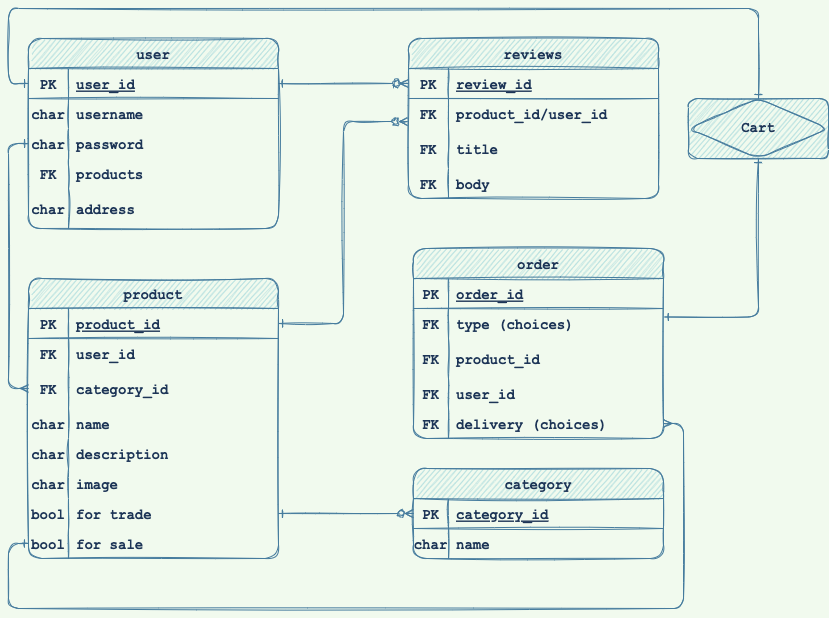
Earlier version of the draw.io export images/brtr-ERD.png (austin-rt/brtr). Source tidied: cells renumbered, new cells last; positions are measured from the earlier drawing's top-left corner, leaving out a move shared by most shapes.
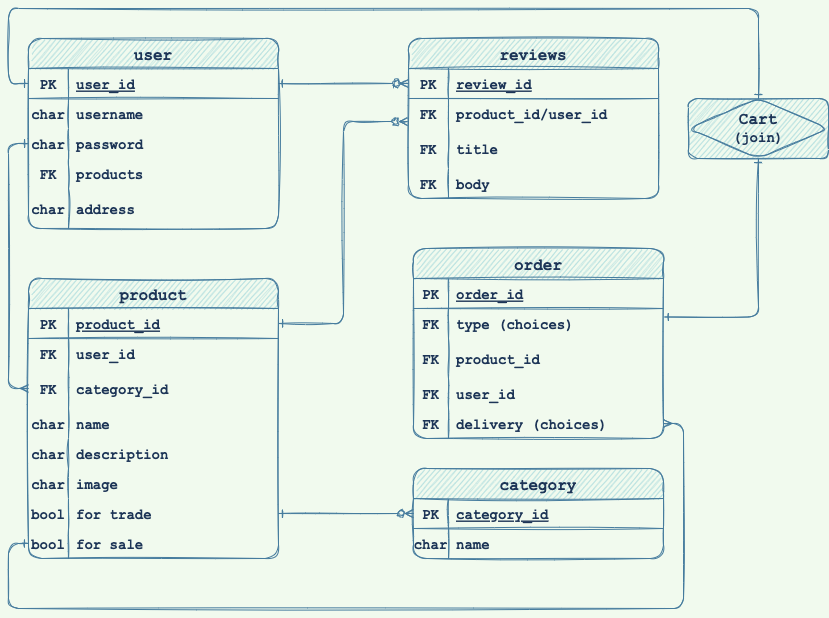
The same diagram one commit later.

What changed in the source:
```diff
@@ -2,7 +2,7 @@
   <root>
     <mxCell id="0" />
     <mxCell id="1" parent="0" />
-    <mxCell id="2" value="reviews" style="shape=table;startSize=30;rowLines=0;fontStyle=1;align=center;resizeLastRow=1;fillColor=#A8DADC;strokeColor=#457B9D;fontColor=#1D3557;sketch=1;rounded=1;fontFamily=Courier New;fontSize=14;" parent="1" vertex="1">
+    <mxCell id="2" value="reviews" style="shape=table;startSize=30;rowLines=0;fontStyle=1;align=center;resizeLastRow=1;fillColor=#A8DADC;strokeColor=#457B9D;fontColor=#1D3557;sketch=1;rounded=1;fontFamily=Courier New;fontSize=16;" parent="1" vertex="1">
       <mxGeometry x="400" y="30" width="250" height="160" as="geometry" />
     </mxCell>
     <mxCell id="3" style="shape=partialRectangle;fillColor=none;points=[[0,0.5],[1,0.5]];portConstraint=eastwest;top=0;left=0;right=0;bottom=1;strokeColor=#457B9D;fontColor=#1D3557;sketch=1;rounded=1;fontFamily=Courier New;fontStyle=1;fontSize=14;" parent="2" vertex="1">
@@ -41,7 +41,7 @@
     <mxCell id="14" value="body" style="shape=partialRectangle;fillColor=none;top=0;left=0;bottom=0;right=0;align=left;spacingLeft=6;overflow=hidden;strokeColor=#457B9D;fontColor=#1D3557;sketch=1;rounded=1;fontFamily=Courier New;fontStyle=1;fontSize=14;" parent="12" vertex="1">
       <mxGeometry x="40" width="210" height="30" as="geometry" />
     </mxCell>
-    <mxCell id="15" value="order" style="shape=table;startSize=30;rowLines=0;fontStyle=1;align=center;resizeLastRow=1;fillColor=#A8DADC;strokeColor=#457B9D;fontColor=#1D3557;sketch=1;rounded=1;fontFamily=Courier New;fontSize=14;" parent="1" vertex="1">
+    <mxCell id="15" value="order" style="shape=table;startSize=30;rowLines=0;fontStyle=1;align=center;resizeLastRow=1;fillColor=#A8DADC;strokeColor=#457B9D;fontColor=#1D3557;sketch=1;rounded=1;fontFamily=Courier New;fontSize=16;" parent="1" vertex="1">
       <mxGeometry x="405" y="240" width="250" height="190" as="geometry" />
     </mxCell>
     <mxCell id="16" style="shape=partialRectangle;fillColor=none;top=0;left=0;right=0;bottom=1;strokeColor=#457B9D;fontColor=#1D3557;sketch=1;rounded=1;fontFamily=Courier New;fontStyle=1;fontSize=14;" parent="15" vertex="1">
@@ -89,7 +89,7 @@
     <mxCell id="30" value="delivery (choices)" style="shape=partialRectangle;fillColor=none;top=0;left=0;bottom=0;right=0;align=left;spacingLeft=6;overflow=hidden;strokeColor=#457B9D;fontColor=#1D3557;sketch=1;rounded=1;fontFamily=Courier New;fontStyle=1;fontSize=14;" parent="28" vertex="1">
       <mxGeometry x="35" width="215" height="30" as="geometry" />
     </mxCell>
-    <mxCell id="31" value="user" style="shape=table;startSize=30;rowLines=0;fontStyle=1;align=center;resizeLastRow=1;fillColor=#A8DADC;strokeColor=#457B9D;fontColor=#1D3557;sketch=1;rounded=1;fontFamily=Courier New;fontSize=14;" parent="1" vertex="1">
+    <mxCell id="31" value="user" style="shape=table;startSize=30;rowLines=0;fontStyle=1;align=center;resizeLastRow=1;fillColor=#A8DADC;strokeColor=#457B9D;fontColor=#1D3557;sketch=1;rounded=1;fontFamily=Courier New;fontSize=16;" parent="1" vertex="1">
       <mxGeometry x="20" y="30" width="250" height="190" as="geometry" />
     </mxCell>
     <mxCell id="32" style="shape=partialRectangle;fillColor=none;points=[[0,0.5],[1,0.5]];portConstraint=eastwest;top=0;left=0;right=0;bottom=1;strokeColor=#457B9D;fontColor=#1D3557;sketch=1;rounded=1;fontFamily=Courier New;fontStyle=1;fontSize=14;" parent="31" vertex="1">
@@ -137,7 +137,7 @@
     <mxCell id="46" value="address" style="shape=partialRectangle;fillColor=none;top=0;left=0;bottom=0;right=0;align=left;spacingLeft=6;overflow=hidden;strokeColor=#457B9D;fontColor=#1D3557;sketch=1;rounded=1;fontFamily=Courier New;fontStyle=1;fontSize=14;" parent="44" vertex="1">
       <mxGeometry x="40" width="210" height="40" as="geometry" />
     </mxCell>
-    <mxCell id="47" value="category" style="shape=table;startSize=30;rowLines=0;fontStyle=1;align=center;resizeLastRow=1;fillColor=#A8DADC;strokeColor=#457B9D;fontColor=#1D3557;sketch=1;rounded=1;fontFamily=Courier New;fontSize=14;" parent="1" vertex="1">
+    <mxCell id="47" value="category" style="shape=table;startSize=30;rowLines=0;fontStyle=1;align=center;resizeLastRow=1;fillColor=#A8DADC;strokeColor=#457B9D;fontColor=#1D3557;sketch=1;rounded=1;fontFamily=Courier New;fontSize=16;" parent="1" vertex="1">
       <mxGeometry x="405" y="460" width="250" height="90" as="geometry" />
     </mxCell>
     <mxCell id="48" style="shape=partialRectangle;fillColor=none;points=[[0,0.5],[1,0.5]];portConstraint=eastwest;top=0;left=0;right=0;bottom=1;strokeColor=#457B9D;fontColor=#1D3557;sketch=1;rounded=1;fontFamily=Courier New;fontStyle=1;fontSize=14;" parent="47" vertex="1">
@@ -158,7 +158,7 @@
     <mxCell id="53" value="name" style="shape=partialRectangle;overflow=hidden;fillColor=none;top=0;left=0;bottom=0;right=0;align=left;spacingLeft=6;strokeColor=#457B9D;fontColor=#1D3557;sketch=1;rounded=1;fontFamily=Courier New;fontStyle=1;fontSize=14;" parent="51" vertex="1">
       <mxGeometry x="35" width="215" height="30" as="geometry" />
     </mxCell>
-    <mxCell id="54" value="product" style="shape=table;startSize=30;rowLines=0;fontStyle=1;align=center;resizeLastRow=1;fillColor=#A8DADC;strokeColor=#457B9D;fontColor=#1D3557;sketch=1;rounded=1;fontFamily=Courier New;fontSize=14;" parent="1" vertex="1">
+    <mxCell id="54" value="product" style="shape=table;startSize=30;rowLines=0;fontStyle=1;align=center;resizeLastRow=1;fillColor=#A8DADC;strokeColor=#457B9D;fontColor=#1D3557;sketch=1;rounded=1;fontFamily=Courier New;fontSize=16;" parent="1" vertex="1">
       <mxGeometry x="20" y="270" width="250" height="280" as="geometry" />
     </mxCell>
     <mxCell id="55" style="shape=partialRectangle;fillColor=none;points=[[0,0.5],[1,0.5]];portConstraint=eastwest;top=0;left=0;right=0;bottom=1;strokeColor=#457B9D;fontColor=#1D3557;sketch=1;rounded=1;fontFamily=Courier New;fontStyle=1;fontSize=14;" parent="54" vertex="1">
@@ -258,7 +258,7 @@
     <mxCell id="84" style="edgeStyle=orthogonalEdgeStyle;rounded=1;jettySize=auto;html=1;entryX=1.004;entryY=0.283;entryDx=0;entryDy=0;entryPerimeter=0;startArrow=ERone;startFill=0;endArrow=ERone;endFill=0;labelBackgroundColor=#F1FAEE;strokeColor=#457B9D;fontColor=#1D3557;sketch=1;fontFamily=Courier New;fontStyle=1;fontSize=14;" parent="1" edge="1" source="85" target="19">
       <mxGeometry relative="1" as="geometry" />
     </mxCell>
-    <mxCell id="85" value="Cart" style="shape=associativeEntity;whiteSpace=wrap;html=1;align=center;fillColor=#A8DADC;strokeColor=#457B9D;fontColor=#1D3557;sketch=1;rounded=1;fontFamily=Courier New;fontStyle=1;fontSize=14;" parent="1" vertex="1">
+    <mxCell id="85" value="&lt;font style=&quot;font-size: 16px;&quot;&gt;&lt;font style=&quot;font-size: 16px;&quot;&gt;Cart&lt;/font&gt;&lt;br style=&quot;&quot;&gt;&lt;/font&gt;&lt;font style=&quot;font-size: 14px;&quot;&gt;(join)&lt;/font&gt;" style="shape=associativeEntity;whiteSpace=wrap;html=1;align=center;fillColor=#A8DADC;strokeColor=#457B9D;fontColor=#1D3557;sketch=1;rounded=1;fontFamily=Courier New;fontStyle=1;fontSize=14;" parent="1" vertex="1">
       <mxGeometry x="680" y="90" width="140" height="60" as="geometry" />
     </mxCell>
     <mxCell id="86" style="edgeStyle=orthogonalEdgeStyle;rounded=1;jettySize=auto;html=1;exitX=0;exitY=0.5;exitDx=0;exitDy=0;entryX=0.5;entryY=0;entryDx=0;entryDy=0;startArrow=ERone;startFill=0;endArrow=ERone;endFill=0;labelBackgroundColor=#F1FAEE;strokeColor=#457B9D;fontColor=#1D3557;sketch=1;fontFamily=Courier New;fontStyle=1;fontSize=14;" parent="1" edge="1" source="32" target="85">
```
